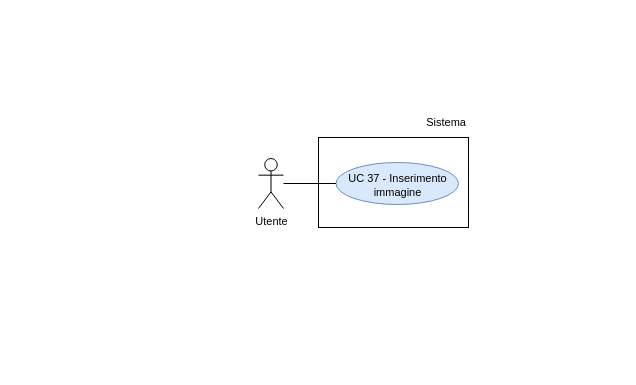
This is RTB/doc_esterna/analisi-dei-requisiti/assets/draw.io/UC37.drawio from thebitless-group-swe/thebitless.github.io, a draw.io file, before an edit. Source tidied: cells renumbered, new cells numbered last; positions are measured from the earlier drawing's top-left corner, leaving out a move shared by most shapes. Both pictures are drawn from the tidied source at 100%, with x=0, y=0 at pixel (258, 107).
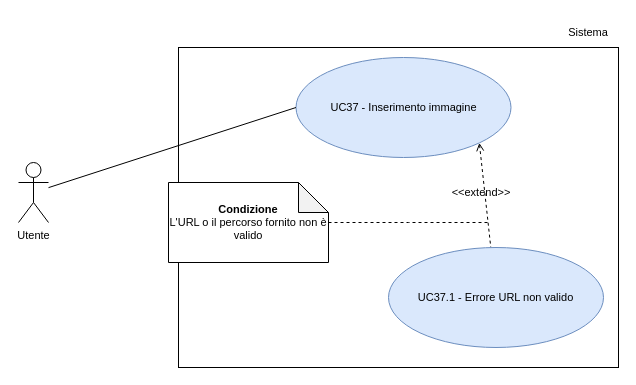
The same page after the edit.

What changed in the source:
```diff
@@
 <mxGraphModel>
   <root>
     <mxCell id="0" />
     <mxCell id="1" parent="0" />
+    <mxCell id="8" style="rounded=0;whiteSpace=wrap;html=1;" parent="1" vertex="1">
+      <mxGeometry x="-80" y="-60" width="440" height="320" as="geometry" />
+    </mxCell>
+    <mxCell id="9" style="rounded=0;jettySize=auto;html=1;exitX=1;exitY=1;exitDx=0;exitDy=0;dashed=1;startArrow=open;startFill=0;endArrow=none;endFill=0;" parent="1" edge="1" source="10" target="12">
+      <mxGeometry relative="1" as="geometry" />
+    </mxCell>
+    <mxCell id="10" value="UC37 - Inserimento immagine" style="ellipse;whiteSpace=wrap;html=1;fillColor=#dae8fc;strokeColor=#6c8ebf;fontSize=11;" parent="1" vertex="1">
+      <mxGeometry x="37.5" y="-50" width="215" height="100" as="geometry" />
+    </mxCell>
+    <mxCell id="11" style="rounded=0;jettySize=auto;html=1;endArrow=none;endFill=0;entryX=0;entryY=0.5;entryDx=0;entryDy=0;" parent="1" edge="1" source="2" target="10">
+      <mxGeometry relative="1" as="geometry" />
+    </mxCell>
     <mxCell id="2" value="Utente" style="shape=umlActor;verticalLabelPosition=bottom;verticalAlign=top;html=1;outlineConnect=0;fontSize=11;" parent="1" vertex="1">
-      <mxGeometry y="51" width="25" height="50" as="geometry" />
+      <mxGeometry x="-240" y="55" width="30" height="60" as="geometry" />
     </mxCell>
-    <mxCell id="3" style="rounded=0;whiteSpace=wrap;html=1;strokeWidth=1;" parent="1" vertex="1">
-      <mxGeometry x="60" y="30" width="150" height="90" as="geometry" />
-    </mxCell>
-    <mxCell id="4" value="Sistema" style="text;html=1;whiteSpace=wrap;strokeColor=none;fillColor=none;align=right;verticalAlign=middle;fontSize=11;" parent="1" vertex="1">
-      <mxGeometry x="150" width="60" height="30" as="geometry" />
+    <mxCell id="4" value="Sistema" style="text;html=1;whiteSpace=wrap;strokeColor=none;fillColor=none;align=center;verticalAlign=middle;rounded=0;fontSize=11;" parent="1" vertex="1">
+      <mxGeometry x="300" y="-90" width="60" height="30" as="geometry" />
     </mxCell>
-    <mxCell id="5" value="UC 37 - Inserimento immagine" style="ellipse;whiteSpace=wrap;html=1;fillColor=#dae8fc;strokeColor=#6c8ebf;fontSize=11;spacingBottom=-4;" parent="1" vertex="1">
-      <mxGeometry x="77.5" y="55" width="122.5" height="42" as="geometry" />
-    </mxCell>
-    <mxCell id="6" style="edgeStyle=none;rounded=0;jettySize=auto;html=1;endArrow=none;endFill=0;" parent="1" edge="1" source="2" target="5">
-      <mxGeometry relative="1" as="geometry" />
-    </mxCell>
-    <mxCell id="7" style="edgeStyle=orthogonalEdgeStyle;rounded=0;orthogonalLoop=1;jettySize=auto;html=1;exitX=0.5;exitY=1;exitDx=0;exitDy=0;" parent="1" edge="1" source="4" target="4">
-      <mxGeometry relative="1" as="geometry" />
-    </mxCell>
+    <mxCell id="12" value="UC37.1 - Errore URL non valido" style="ellipse;whiteSpace=wrap;html=1;fillColor=#dae8fc;strokeColor=#6c8ebf;fontSize=11;" parent="1" vertex="1">
+      <mxGeometry x="130" y="140" width="215" height="100" as="geometry" />
+    </mxCell>
+    <mxCell id="13" style="edgeStyle=orthogonalEdgeStyle;rounded=0;jettySize=auto;html=1;endArrow=none;endFill=0;dashed=1;" parent="1" edge="1" source="14">
+      <mxGeometry relative="1" as="geometry">
+        <mxPoint x="230" y="115" as="targetPoint" />
+      </mxGeometry>
+    </mxCell>
+    <mxCell id="14" value="&lt;b&gt;Condizione&lt;/b&gt;&lt;div&gt;L'URL o il percorso fornito non è valido&lt;/div&gt;" style="shape=note;whiteSpace=wrap;html=1;backgroundOutline=1;darkOpacity=0.05;fontSize=11;" parent="1" vertex="1">
+      <mxGeometry x="-90" y="75" width="160" height="80" as="geometry" />
+    </mxCell>
+    <mxCell id="15" value="&amp;lt;&amp;lt;extend&amp;gt;&amp;gt;" style="text;html=1;whiteSpace=wrap;strokeColor=none;fillColor=none;align=center;verticalAlign=middle;rounded=0;fontSize=11;" parent="1" vertex="1">
+      <mxGeometry x="187.5" y="70" width="70" height="30" as="geometry" />
+    </mxCell>
   </root>
 </mxGraphModel>
```
